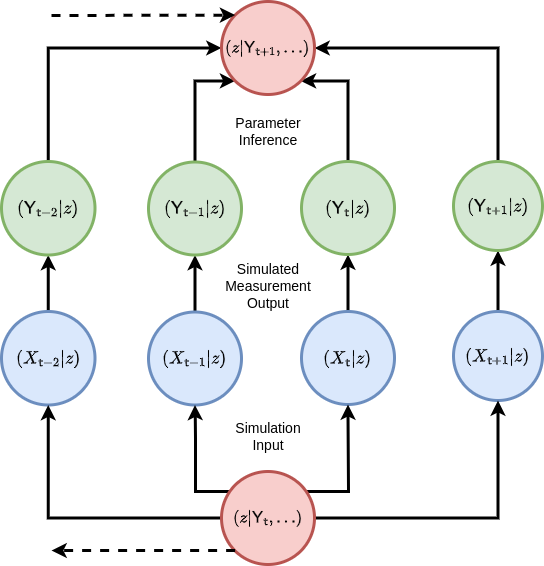
Before: assets/stochadexIII/stochadexIII-simulation-inference-concept.drawio.png, a diagram exported from draw.io (umbralcalc/umbralcalc.github.io). Source tidied: cells renumbered, new cells last; positions are measured from the earlier drawing's top-left corner, leaving out a move shared by most shapes. The source it was exported from:
```xml
<mxGraphModel math="1">
  <root>
    <mxCell id="0" />
    <mxCell id="1" parent="0" />
    <mxCell id="2" style="edgeStyle=orthogonalEdgeStyle;rounded=0;jettySize=auto;html=1;strokeWidth=3;" parent="1" edge="1" source="3" target="11">
      <mxGeometry relative="1" as="geometry" />
    </mxCell>
    <mxCell id="3" value="&lt;font style=&quot;font-size: 15px;&quot;&gt;$$(X_{{\sf t}+1}\vert z)$$&lt;/font&gt;" style="ellipse;whiteSpace=wrap;html=1;fillColor=#dae8fc;strokeColor=#6c8ebf;strokeWidth=3;" parent="1" vertex="1">
      <mxGeometry x="452" y="310" width="89" height="89" as="geometry" />
    </mxCell>
    <mxCell id="4" style="edgeStyle=orthogonalEdgeStyle;rounded=0;jettySize=auto;html=1;strokeWidth=3;" parent="1" edge="1" source="5" target="13">
      <mxGeometry relative="1" as="geometry" />
    </mxCell>
    <mxCell id="5" value="&lt;font style=&quot;font-size: 15px;&quot;&gt;$$(X_{{\sf t}}\vert z)$$&lt;/font&gt;" style="ellipse;whiteSpace=wrap;html=1;fillColor=#dae8fc;strokeColor=#6c8ebf;strokeWidth=3;" parent="1" vertex="1">
      <mxGeometry x="300" y="310" width="93" height="93" as="geometry" />
    </mxCell>
    <mxCell id="6" style="edgeStyle=orthogonalEdgeStyle;rounded=0;jettySize=auto;html=1;strokeWidth=3;" parent="1" edge="1" source="7" target="15">
      <mxGeometry relative="1" as="geometry" />
    </mxCell>
    <mxCell id="7" value="&lt;font style=&quot;font-size: 15px;&quot;&gt;$$(X_{{\sf t}-1}\vert z)$$&lt;/font&gt;" style="ellipse;whiteSpace=wrap;html=1;fillColor=#dae8fc;strokeColor=#6c8ebf;strokeWidth=3;" parent="1" vertex="1">
      <mxGeometry x="147" y="310.5" width="93" height="93" as="geometry" />
    </mxCell>
    <mxCell id="8" style="edgeStyle=orthogonalEdgeStyle;rounded=0;jettySize=auto;html=1;strokeWidth=3;" parent="1" edge="1" source="9" target="17">
      <mxGeometry relative="1" as="geometry" />
    </mxCell>
    <mxCell id="9" value="&lt;font style=&quot;font-size: 15px;&quot;&gt;$$(X_{{\sf t}-2}\vert z)$$&lt;/font&gt;" style="ellipse;whiteSpace=wrap;html=1;fillColor=#dae8fc;strokeColor=#6c8ebf;strokeWidth=3;" parent="1" vertex="1">
      <mxGeometry y="310" width="93.5" height="93.5" as="geometry" />
    </mxCell>
    <mxCell id="10" style="edgeStyle=orthogonalEdgeStyle;rounded=0;jettySize=auto;html=1;entryX=1;entryY=0.5;entryDx=0;entryDy=0;strokeWidth=3;" parent="1" edge="1" source="11" target="23">
      <mxGeometry relative="1" as="geometry">
        <Array as="points">
          <mxPoint x="497" y="47" />
        </Array>
      </mxGeometry>
    </mxCell>
    <mxCell id="11" value="&lt;font style=&quot;font-size: 15px;&quot;&gt;$$({\sf Y}_{{\sf t}+1}\vert z)$$&lt;/font&gt;" style="ellipse;whiteSpace=wrap;html=1;fillColor=#d5e8d4;strokeColor=#82b366;strokeWidth=3;" parent="1" vertex="1">
      <mxGeometry x="452" y="160" width="89" height="89" as="geometry" />
    </mxCell>
    <mxCell id="12" style="edgeStyle=orthogonalEdgeStyle;rounded=0;jettySize=auto;html=1;entryX=1;entryY=1;entryDx=0;entryDy=0;strokeWidth=3;" parent="1" edge="1" source="13" target="23">
      <mxGeometry relative="1" as="geometry">
        <Array as="points">
          <mxPoint x="347" y="79" />
        </Array>
      </mxGeometry>
    </mxCell>
    <mxCell id="13" value="&lt;font style=&quot;font-size: 15px;&quot;&gt;$$({\sf Y}_{{\sf t}}\vert z)$$&lt;/font&gt;" style="ellipse;whiteSpace=wrap;html=1;fillColor=#d5e8d4;strokeColor=#82b366;strokeWidth=3;" parent="1" vertex="1">
      <mxGeometry x="300" y="160" width="93" height="93" as="geometry" />
    </mxCell>
    <mxCell id="14" style="edgeStyle=orthogonalEdgeStyle;rounded=0;jettySize=auto;html=1;entryX=0;entryY=1;entryDx=0;entryDy=0;strokeWidth=3;" parent="1" edge="1" source="15" target="23">
      <mxGeometry relative="1" as="geometry">
        <Array as="points">
          <mxPoint x="194" y="80" />
          <mxPoint x="234" y="80" />
        </Array>
      </mxGeometry>
    </mxCell>
    <mxCell id="15" value="&lt;font style=&quot;font-size: 15px;&quot;&gt;$$({\sf Y}_{{\sf t}-1}\vert z)$$&lt;/font&gt;" style="ellipse;whiteSpace=wrap;html=1;fillColor=#d5e8d4;strokeColor=#82b366;strokeWidth=3;" parent="1" vertex="1">
      <mxGeometry x="147" y="160.5" width="93" height="93" as="geometry" />
    </mxCell>
    <mxCell id="16" style="edgeStyle=orthogonalEdgeStyle;rounded=0;jettySize=auto;html=1;entryX=0;entryY=0.5;entryDx=0;entryDy=0;strokeWidth=3;" parent="1" edge="1" source="17" target="23">
      <mxGeometry relative="1" as="geometry">
        <Array as="points">
          <mxPoint x="47" y="47" />
        </Array>
      </mxGeometry>
    </mxCell>
    <mxCell id="17" value="&lt;font style=&quot;font-size: 15px;&quot;&gt;$$({\sf Y}_{{\sf t}-2}\vert z)$$&lt;/font&gt;" style="ellipse;whiteSpace=wrap;html=1;fillColor=#d5e8d4;strokeColor=#82b366;strokeWidth=3;" parent="1" vertex="1">
      <mxGeometry y="160" width="93.5" height="93.5" as="geometry" />
    </mxCell>
    <mxCell id="18" style="edgeStyle=orthogonalEdgeStyle;rounded=0;jettySize=auto;html=1;strokeWidth=3;" parent="1" edge="1" source="22" target="9">
      <mxGeometry relative="1" as="geometry" />
    </mxCell>
    <mxCell id="19" style="edgeStyle=orthogonalEdgeStyle;rounded=0;jettySize=auto;html=1;entryX=0.5;entryY=1;entryDx=0;entryDy=0;strokeWidth=3;" parent="1" edge="1" source="22" target="7">
      <mxGeometry relative="1" as="geometry">
        <Array as="points">
          <mxPoint x="194" y="490" />
          <mxPoint x="194" y="437" />
        </Array>
      </mxGeometry>
    </mxCell>
    <mxCell id="20" style="edgeStyle=orthogonalEdgeStyle;rounded=0;jettySize=auto;html=1;strokeWidth=3;" parent="1" edge="1" source="22" target="5">
      <mxGeometry relative="1" as="geometry">
        <Array as="points">
          <mxPoint x="347" y="490" />
        </Array>
      </mxGeometry>
    </mxCell>
    <mxCell id="21" style="edgeStyle=orthogonalEdgeStyle;rounded=0;jettySize=auto;html=1;entryX=0.5;entryY=1;entryDx=0;entryDy=0;strokeWidth=3;" parent="1" edge="1" source="22" target="3">
      <mxGeometry relative="1" as="geometry" />
    </mxCell>
    <mxCell id="22" value="&lt;font style=&quot;font-size: 14px;&quot;&gt;$$(z\vert {\sf Y}_{{\sf t}},\dots)$$&lt;/font&gt;" style="ellipse;whiteSpace=wrap;html=1;fillColor=#f8cecc;strokeColor=#b85450;strokeWidth=3;" parent="1" vertex="1">
      <mxGeometry x="220" y="470" width="93" height="93" as="geometry" />
    </mxCell>
    <mxCell id="23" value="&lt;font style=&quot;font-size: 14px;&quot;&gt;$$(z\vert {\sf Y}_{{\sf t}+1},\dots)$$&lt;/font&gt;" style="ellipse;whiteSpace=wrap;html=1;fillColor=#f8cecc;strokeColor=#b85450;strokeWidth=3;" parent="1" vertex="1">
      <mxGeometry x="220" width="93" height="93" as="geometry" />
    </mxCell>
    <mxCell id="24" value="&lt;font style=&quot;font-size: 14px;&quot;&gt;Simulation Input&lt;/font&gt;" style="text;html=1;align=center;verticalAlign=middle;whiteSpace=wrap;rounded=0;" parent="1" vertex="1">
      <mxGeometry x="236.5" y="420" width="60" height="30" as="geometry" />
    </mxCell>
    <mxCell id="25" value="&lt;span style=&quot;font-size: 14px;&quot;&gt;Simulated Measurement Output&lt;/span&gt;" style="text;html=1;align=center;verticalAlign=middle;whiteSpace=wrap;rounded=0;" parent="1" vertex="1">
      <mxGeometry x="236.5" y="270" width="60" height="30" as="geometry" />
    </mxCell>
    <mxCell id="26" value="&lt;span style=&quot;font-size: 14px;&quot;&gt;Parameter Inference&lt;/span&gt;" style="text;html=1;align=center;verticalAlign=middle;whiteSpace=wrap;rounded=0;" parent="1" vertex="1">
      <mxGeometry x="236.5" y="110" width="60" height="40" as="geometry" />
    </mxCell>
    <mxCell id="27" style="edgeStyle=orthogonalEdgeStyle;rounded=0;jettySize=auto;html=1;strokeWidth=3;exitX=0;exitY=1;exitDx=0;exitDy=0;dashed=1;" parent="1" edge="1" source="22">
      <mxGeometry relative="1" as="geometry">
        <mxPoint x="50" y="549" as="targetPoint" />
        <Array as="points">
          <mxPoint x="50" y="549" />
        </Array>
      </mxGeometry>
    </mxCell>
    <mxCell id="28" style="edgeStyle=orthogonalEdgeStyle;rounded=0;jettySize=auto;html=1;strokeWidth=3;dashed=1;entryX=0;entryY=0;entryDx=0;entryDy=0;" parent="1" edge="1" target="23">
      <mxGeometry relative="1" as="geometry">
        <mxPoint x="50" y="14" as="sourcePoint" />
        <Array as="points">
          <mxPoint x="50" y="14" />
        </Array>
      </mxGeometry>
    </mxCell>
  </root>
</mxGraphModel>
```
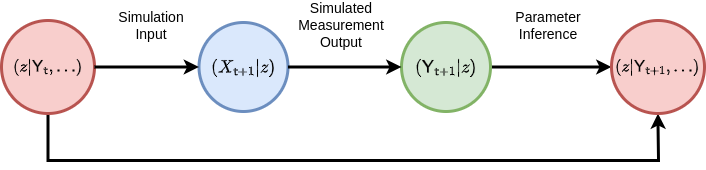
Later version of the same file.

The edit, as a diff of the source:
```diff
@@ -2,122 +2,43 @@
   <root>
     <mxCell id="0" />
     <mxCell id="1" parent="0" />
-    <mxCell id="2" style="edgeStyle=orthogonalEdgeStyle;rounded=0;jettySize=auto;html=1;strokeWidth=3;" parent="1" edge="1" source="3" target="11">
-      <mxGeometry relative="1" as="geometry" />
+    <mxCell id="2" style="edgeStyle=orthogonalEdgeStyle;rounded=0;jettySize=auto;html=1;strokeWidth=3;exitX=0.5;exitY=1;exitDx=0;exitDy=0;" parent="1" edge="1" source="22" target="23">
+      <mxGeometry relative="1" as="geometry">
+        <Array as="points">
+          <mxPoint x="37" y="140" />
+          <mxPoint x="647" y="140" />
+        </Array>
+      </mxGeometry>
     </mxCell>
-    <mxCell id="3" value="&lt;font style=&quot;font-size: 15px;&quot;&gt;$$(X_{{\sf t}+1}\vert z)$$&lt;/font&gt;" style="ellipse;whiteSpace=wrap;html=1;fillColor=#dae8fc;strokeColor=#6c8ebf;strokeWidth=3;" parent="1" vertex="1">
-      <mxGeometry x="452" y="310" width="89" height="89" as="geometry" />
-    </mxCell>
-    <mxCell id="4" style="edgeStyle=orthogonalEdgeStyle;rounded=0;jettySize=auto;html=1;strokeWidth=3;" parent="1" edge="1" source="5" target="13">
-      <mxGeometry relative="1" as="geometry" />
-    </mxCell>
-    <mxCell id="5" value="&lt;font style=&quot;font-size: 15px;&quot;&gt;$$(X_{{\sf t}}\vert z)$$&lt;/font&gt;" style="ellipse;whiteSpace=wrap;html=1;fillColor=#dae8fc;strokeColor=#6c8ebf;strokeWidth=3;" parent="1" vertex="1">
-      <mxGeometry x="300" y="310" width="93" height="93" as="geometry" />
-    </mxCell>
-    <mxCell id="6" style="edgeStyle=orthogonalEdgeStyle;rounded=0;jettySize=auto;html=1;strokeWidth=3;" parent="1" edge="1" source="7" target="15">
-      <mxGeometry relative="1" as="geometry" />
-    </mxCell>
-    <mxCell id="7" value="&lt;font style=&quot;font-size: 15px;&quot;&gt;$$(X_{{\sf t}-1}\vert z)$$&lt;/font&gt;" style="ellipse;whiteSpace=wrap;html=1;fillColor=#dae8fc;strokeColor=#6c8ebf;strokeWidth=3;" parent="1" vertex="1">
-      <mxGeometry x="147" y="310.5" width="93" height="93" as="geometry" />
-    </mxCell>
-    <mxCell id="8" style="edgeStyle=orthogonalEdgeStyle;rounded=0;jettySize=auto;html=1;strokeWidth=3;" parent="1" edge="1" source="9" target="17">
-      <mxGeometry relative="1" as="geometry" />
-    </mxCell>
-    <mxCell id="9" value="&lt;font style=&quot;font-size: 15px;&quot;&gt;$$(X_{{\sf t}-2}\vert z)$$&lt;/font&gt;" style="ellipse;whiteSpace=wrap;html=1;fillColor=#dae8fc;strokeColor=#6c8ebf;strokeWidth=3;" parent="1" vertex="1">
-      <mxGeometry y="310" width="93.5" height="93.5" as="geometry" />
-    </mxCell>
-    <mxCell id="10" style="edgeStyle=orthogonalEdgeStyle;rounded=0;jettySize=auto;html=1;entryX=1;entryY=0.5;entryDx=0;entryDy=0;strokeWidth=3;" parent="1" edge="1" source="11" target="23">
-      <mxGeometry relative="1" as="geometry">
-        <Array as="points">
-          <mxPoint x="497" y="47" />
-        </Array>
-      </mxGeometry>
+    <mxCell id="10" style="edgeStyle=orthogonalEdgeStyle;rounded=0;jettySize=auto;html=1;entryX=0;entryY=0.5;entryDx=0;entryDy=0;strokeWidth=3;exitX=1;exitY=0.5;exitDx=0;exitDy=0;strokeColor=default;align=center;verticalAlign=middle;fontFamily=Helvetica;fontSize=11;fontColor=default;labelBackgroundColor=default;endArrow=classic;" parent="1" edge="1" source="11" target="23">
+      <mxGeometry relative="1" as="geometry" />
     </mxCell>
-    <mxCell id="11" value="&lt;font style=&quot;font-size: 15px;&quot;&gt;$$({\sf Y}_{{\sf t}+1}\vert z)$$&lt;/font&gt;" style="ellipse;whiteSpace=wrap;html=1;fillColor=#d5e8d4;strokeColor=#82b366;strokeWidth=3;" parent="1" vertex="1">
-      <mxGeometry x="452" y="160" width="89" height="89" as="geometry" />
-    </mxCell>
-    <mxCell id="12" style="edgeStyle=orthogonalEdgeStyle;rounded=0;jettySize=auto;html=1;entryX=1;entryY=1;entryDx=0;entryDy=0;strokeWidth=3;" parent="1" edge="1" source="13" target="23">
-      <mxGeometry relative="1" as="geometry">
-        <Array as="points">
-          <mxPoint x="347" y="79" />
-        </Array>
-      </mxGeometry>
-    </mxCell>
-    <mxCell id="13" value="&lt;font style=&quot;font-size: 15px;&quot;&gt;$$({\sf Y}_{{\sf t}}\vert z)$$&lt;/font&gt;" style="ellipse;whiteSpace=wrap;html=1;fillColor=#d5e8d4;strokeColor=#82b366;strokeWidth=3;" parent="1" vertex="1">
-      <mxGeometry x="300" y="160" width="93" height="93" as="geometry" />
-    </mxCell>
-    <mxCell id="14" style="edgeStyle=orthogonalEdgeStyle;rounded=0;jettySize=auto;html=1;entryX=0;entryY=1;entryDx=0;entryDy=0;strokeWidth=3;" parent="1" edge="1" source="15" target="23">
-      <mxGeometry relative="1" as="geometry">
-        <Array as="points">
-          <mxPoint x="194" y="80" />
-          <mxPoint x="234" y="80" />
-        </Array>
-      </mxGeometry>
-    </mxCell>
-    <mxCell id="15" value="&lt;font style=&quot;font-size: 15px;&quot;&gt;$$({\sf Y}_{{\sf t}-1}\vert z)$$&lt;/font&gt;" style="ellipse;whiteSpace=wrap;html=1;fillColor=#d5e8d4;strokeColor=#82b366;strokeWidth=3;" parent="1" vertex="1">
-      <mxGeometry x="147" y="160.5" width="93" height="93" as="geometry" />
-    </mxCell>
-    <mxCell id="16" style="edgeStyle=orthogonalEdgeStyle;rounded=0;jettySize=auto;html=1;entryX=0;entryY=0.5;entryDx=0;entryDy=0;strokeWidth=3;" parent="1" edge="1" source="17" target="23">
-      <mxGeometry relative="1" as="geometry">
-        <Array as="points">
-          <mxPoint x="47" y="47" />
-        </Array>
-      </mxGeometry>
-    </mxCell>
-    <mxCell id="17" value="&lt;font style=&quot;font-size: 15px;&quot;&gt;$$({\sf Y}_{{\sf t}-2}\vert z)$$&lt;/font&gt;" style="ellipse;whiteSpace=wrap;html=1;fillColor=#d5e8d4;strokeColor=#82b366;strokeWidth=3;" parent="1" vertex="1">
-      <mxGeometry y="160" width="93.5" height="93.5" as="geometry" />
-    </mxCell>
-    <mxCell id="18" style="edgeStyle=orthogonalEdgeStyle;rounded=0;jettySize=auto;html=1;strokeWidth=3;" parent="1" edge="1" source="22" target="9">
-      <mxGeometry relative="1" as="geometry" />
-    </mxCell>
-    <mxCell id="19" style="edgeStyle=orthogonalEdgeStyle;rounded=0;jettySize=auto;html=1;entryX=0.5;entryY=1;entryDx=0;entryDy=0;strokeWidth=3;" parent="1" edge="1" source="22" target="7">
-      <mxGeometry relative="1" as="geometry">
-        <Array as="points">
-          <mxPoint x="194" y="490" />
-          <mxPoint x="194" y="437" />
-        </Array>
-      </mxGeometry>
-    </mxCell>
-    <mxCell id="20" style="edgeStyle=orthogonalEdgeStyle;rounded=0;jettySize=auto;html=1;strokeWidth=3;" parent="1" edge="1" source="22" target="5">
-      <mxGeometry relative="1" as="geometry">
-        <Array as="points">
-          <mxPoint x="347" y="490" />
-        </Array>
-      </mxGeometry>
-    </mxCell>
-    <mxCell id="21" style="edgeStyle=orthogonalEdgeStyle;rounded=0;jettySize=auto;html=1;entryX=0.5;entryY=1;entryDx=0;entryDy=0;strokeWidth=3;" parent="1" edge="1" source="22" target="3">
-      <mxGeometry relative="1" as="geometry" />
-    </mxCell>
     <mxCell id="22" value="&lt;font style=&quot;font-size: 14px;&quot;&gt;$$(z\vert {\sf Y}_{{\sf t}},\dots)$$&lt;/font&gt;" style="ellipse;whiteSpace=wrap;html=1;fillColor=#f8cecc;strokeColor=#b85450;strokeWidth=3;" parent="1" vertex="1">
-      <mxGeometry x="220" y="470" width="93" height="93" as="geometry" />
+      <mxGeometry x="-10" width="93" height="93" as="geometry" />
     </mxCell>
     <mxCell id="23" value="&lt;font style=&quot;font-size: 14px;&quot;&gt;$$(z\vert {\sf Y}_{{\sf t}+1},\dots)$$&lt;/font&gt;" style="ellipse;whiteSpace=wrap;html=1;fillColor=#f8cecc;strokeColor=#b85450;strokeWidth=3;" parent="1" vertex="1">
-      <mxGeometry x="220" width="93" height="93" as="geometry" />
+      <mxGeometry x="600" width="93" height="93" as="geometry" />
     </mxCell>
     <mxCell id="24" value="&lt;font style=&quot;font-size: 14px;&quot;&gt;Simulation Input&lt;/font&gt;" style="text;html=1;align=center;verticalAlign=middle;whiteSpace=wrap;rounded=0;" parent="1" vertex="1">
-      <mxGeometry x="236.5" y="420" width="60" height="30" as="geometry" />
+      <mxGeometry x="110" y="-10" width="60" height="30" as="geometry" />
     </mxCell>
     <mxCell id="25" value="&lt;span style=&quot;font-size: 14px;&quot;&gt;Simulated Measurement Output&lt;/span&gt;" style="text;html=1;align=center;verticalAlign=middle;whiteSpace=wrap;rounded=0;" parent="1" vertex="1">
-      <mxGeometry x="236.5" y="270" width="60" height="30" as="geometry" />
+      <mxGeometry x="300" y="-10" width="60" height="30" as="geometry" />
     </mxCell>
     <mxCell id="26" value="&lt;span style=&quot;font-size: 14px;&quot;&gt;Parameter Inference&lt;/span&gt;" style="text;html=1;align=center;verticalAlign=middle;whiteSpace=wrap;rounded=0;" parent="1" vertex="1">
-      <mxGeometry x="236.5" y="110" width="60" height="40" as="geometry" />
+      <mxGeometry x="506.5" y="-15" width="60" height="40" as="geometry" />
     </mxCell>
-    <mxCell id="27" style="edgeStyle=orthogonalEdgeStyle;rounded=0;jettySize=auto;html=1;strokeWidth=3;exitX=0;exitY=1;exitDx=0;exitDy=0;dashed=1;" parent="1" edge="1" source="22">
-      <mxGeometry relative="1" as="geometry">
-        <mxPoint x="50" y="549" as="targetPoint" />
-        <Array as="points">
-          <mxPoint x="50" y="549" />
-        </Array>
-      </mxGeometry>
-    </mxCell>
-    <mxCell id="28" style="edgeStyle=orthogonalEdgeStyle;rounded=0;jettySize=auto;html=1;strokeWidth=3;dashed=1;entryX=0;entryY=0;entryDx=0;entryDy=0;" parent="1" edge="1" target="23">
-      <mxGeometry relative="1" as="geometry">
-        <mxPoint x="50" y="14" as="sourcePoint" />
-        <Array as="points">
-          <mxPoint x="50" y="14" />
-        </Array>
-      </mxGeometry>
-    </mxCell>
+    <mxCell id="11" value="&lt;font style=&quot;font-size: 15px;&quot;&gt;$$({\sf Y}_{{\sf t}+1}\vert z)$$&lt;/font&gt;" style="ellipse;whiteSpace=wrap;html=1;fillColor=#d5e8d4;strokeColor=#82b366;strokeWidth=3;" parent="1" vertex="1">
+      <mxGeometry x="390" y="2" width="89" height="89" as="geometry" />
+    </mxCell>
+    <mxCell id="3" value="&lt;font style=&quot;font-size: 15px;&quot;&gt;$$(X_{{\sf t}+1}\vert z)$$&lt;/font&gt;" style="ellipse;whiteSpace=wrap;html=1;fillColor=#dae8fc;strokeColor=#6c8ebf;strokeWidth=3;" parent="1" vertex="1">
+      <mxGeometry x="187.5" y="2" width="89" height="89" as="geometry" />
+    </mxCell>
+    <mxCell id="29" style="edgeStyle=orthogonalEdgeStyle;rounded=0;jettySize=auto;html=1;entryX=0;entryY=0.5;entryDx=0;entryDy=0;strokeWidth=3;exitX=1;exitY=0.5;exitDx=0;exitDy=0;strokeColor=default;align=center;verticalAlign=middle;fontFamily=Helvetica;fontSize=11;fontColor=default;labelBackgroundColor=default;endArrow=classic;" parent="1" edge="1" source="3" target="11">
+      <mxGeometry relative="1" as="geometry" />
+    </mxCell>
+    <mxCell id="21" style="edgeStyle=orthogonalEdgeStyle;rounded=0;jettySize=auto;html=1;entryX=0;entryY=0.5;entryDx=0;entryDy=0;strokeWidth=3;exitX=1;exitY=0.5;exitDx=0;exitDy=0;strokeColor=default;align=center;verticalAlign=middle;fontFamily=Helvetica;fontSize=11;fontColor=default;labelBackgroundColor=default;endArrow=classic;" parent="1" edge="1" source="22" target="3">
+      <mxGeometry relative="1" as="geometry" />
+    </mxCell>
   </root>
 </mxGraphModel>
```
